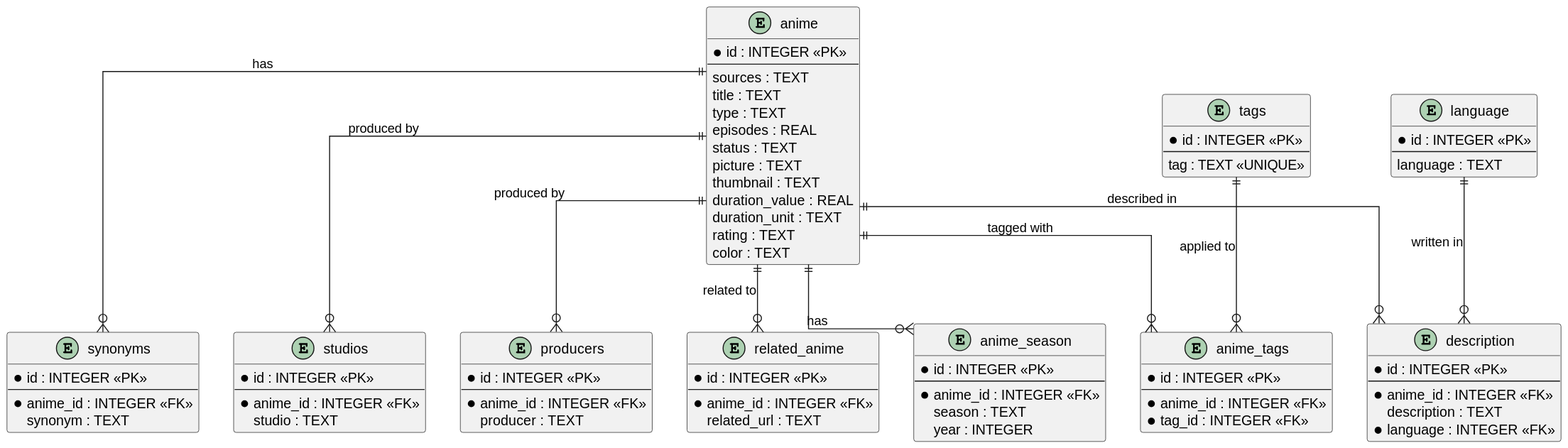
afuradanime/anime-facts-core keeps this PlantUML diagram as _docs/svg/l_model.svg. Above is the earlier version. Source of this version:
```plantuml
@startuml
skinparam linetype ortho

entity "anime" as anime {
  * id : INTEGER <<PK>>
  --
  sources : TEXT
  title : TEXT
  type : TEXT
  episodes : REAL
  status : TEXT
  picture : TEXT
  thumbnail : TEXT
  duration_value : REAL
  duration_unit : TEXT
  rating : TEXT
  color : TEXT
}

entity "anime_season" as anime_season {
  * id : INTEGER <<PK>>
  --
  * anime_id : INTEGER <<FK>>
  season : TEXT
  year : INTEGER
}

entity "synonyms" as synonyms {
  * id : INTEGER <<PK>>
  --
  * anime_id : INTEGER <<FK>>
  synonym : TEXT
}

entity "studios" as studios {
  * id : INTEGER <<PK>>
  --
  * anime_id : INTEGER <<FK>>
  studio : TEXT
}

entity "producers" as producers {
  * id : INTEGER <<PK>>
  --
  * anime_id : INTEGER <<FK>>
  producer : TEXT
}

entity "related_anime" as related_anime {
  * id : INTEGER <<PK>>
  --
  * anime_id : INTEGER <<FK>>
  related_url : TEXT
}

entity "tags" as tags {
  * id : INTEGER <<PK>>
  --
  tag : TEXT <<UNIQUE>>
}

entity "anime_tags" as anime_tags {
  * id : INTEGER <<PK>>
  --
  * anime_id : INTEGER <<FK>>
  * tag_id : INTEGER <<FK>>
}

entity "language" as language {
  * id : INTEGER <<PK>>
  --
  language : TEXT
}

entity "description" as description {
  * id : INTEGER <<PK>>
  --
  * anime_id : INTEGER <<FK>>
  description : TEXT
  * language : INTEGER <<FK>>
}

anime ||--o{ anime_season : "has"
anime ||--o{ synonyms : "has"
anime ||--o{ studios : "produced by"
anime ||--o{ producers : "produced by"
anime ||--o{ related_anime : "related to"
anime ||--o{ anime_tags : "tagged with"
anime ||--o{ description : "described in"

tags ||--o{ anime_tags : "applied to"
language ||--o{ description : "written in"
@enduml
```
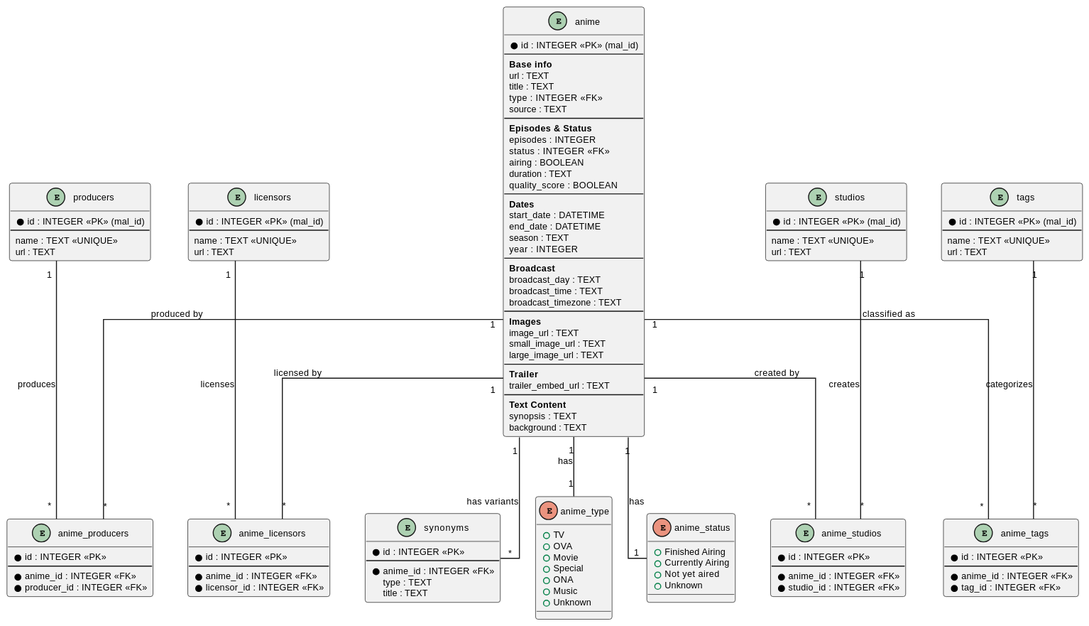
Later version of the same file.

Commit message:
refactor: modeling changes, new anime provider, scraper script, not yet reflected in code

The edit, as a diff of the source:
```diff
@@ -1,93 +1,141 @@
 @startuml
 skinparam linetype ortho
+skinparam defaultFontSize 9
 
 entity "anime" as anime {
-  * id : INTEGER <<PK>>
-  --
-  sources : TEXT
-  title : TEXT
-  type : TEXT
-  episodes : REAL
-  status : TEXT
-  picture : TEXT
-  thumbnail : TEXT
-  duration_value : REAL
-  duration_unit : TEXT
-  rating : TEXT
-  color : TEXT
+    * id : INTEGER <<PK>> (mal_id)
+    --
+    **Base info**
+    url : TEXT
+    title : TEXT
+    type : INTEGER «FK»
+    source : TEXT
+    --
+    **Episodes & Status**
+    episodes : INTEGER
+    status : INTEGER «FK»
+    airing : BOOLEAN
+    duration : TEXT
+    quality_score : BOOLEAN
+    --
+    **Dates**
+    start_date : DATETIME
+    end_date : DATETIME
+    season : TEXT
+    year : INTEGER
+    --
+    **Broadcast**
+    broadcast_day : TEXT
+    broadcast_time : TEXT
+    broadcast_timezone : TEXT
+    --
+    **Images**
+    image_url : TEXT
+    small_image_url : TEXT
+    large_image_url : TEXT
+    --
+    **Trailer**
+    trailer_embed_url : TEXT
+    --
+    **Text Content**
+    synopsis : TEXT
+    background : TEXT
 }
 
-entity "anime_season" as anime_season {
-  * id : INTEGER <<PK>>
-  --
-  * anime_id : INTEGER <<FK>>
-  season : TEXT
-  year : INTEGER
+entity "synonyms" as titles {
+    * id : INTEGER <<PK>>
+    --
+    * anime_id : INTEGER <<FK>>
+    type : TEXT
+    title : TEXT
 }
 
-entity "synonyms" as synonyms {
-  * id : INTEGER <<PK>>
-  --
-  * anime_id : INTEGER <<FK>>
-  synonym : TEXT
+entity "producers" as producers {
+    * id : INTEGER <<PK>> (mal_id)
+    --
+    name : TEXT <<UNIQUE>>
+    url : TEXT
+}
+
+entity "anime_producers" as anime_producers {
+    * id : INTEGER <<PK>>
+    --
+    * anime_id : INTEGER <<FK>>
+    * producer_id : INTEGER <<FK>>
+}
+
+entity "licensors" as licensors {
+    * id : INTEGER <<PK>> (mal_id)
+    --
+    name : TEXT <<UNIQUE>>
+    url : TEXT
+}
+
+entity "anime_licensors" as anime_licensors {
+    * id : INTEGER <<PK>>
+    --
+    * anime_id : INTEGER <<FK>>
+    * licensor_id : INTEGER <<FK>>
 }
 
 entity "studios" as studios {
-  * id : INTEGER <<PK>>
-  --
-  * anime_id : INTEGER <<FK>>
-  studio : TEXT
+    * id : INTEGER <<PK>> (mal_id)
+    --
+    name : TEXT <<UNIQUE>>
+    url : TEXT
 }
 
-entity "producers" as producers {
-  * id : INTEGER <<PK>>
-  --
-  * anime_id : INTEGER <<FK>>
-  producer : TEXT
-}
-
-entity "related_anime" as related_anime {
-  * id : INTEGER <<PK>>
-  --
-  * anime_id : INTEGER <<FK>>
-  related_url : TEXT
+entity "anime_studios" as anime_studios {
+    * id : INTEGER <<PK>>
+    --
+    * anime_id : INTEGER <<FK>>
+    * studio_id : INTEGER <<FK>>
 }
 
 entity "tags" as tags {
-  * id : INTEGER <<PK>>
-  --
-  tag : TEXT <<UNIQUE>>
+    * id : INTEGER <<PK>> (mal_id)
+    --
+    name : TEXT <<UNIQUE>>
+    url : TEXT
 }
 
 entity "anime_tags" as anime_tags {
-  * id : INTEGER <<PK>>
-  --
-  * anime_id : INTEGER <<FK>>
-  * tag_id : INTEGER <<FK>>
+    * id : INTEGER <<PK>>
+    --
+    * anime_id : INTEGER <<FK>>
+    * tag_id : INTEGER <<FK>>
 }
 
-entity "language" as language {
-  * id : INTEGER <<PK>>
-  --
-  language : TEXT
+enum "anime_type" as type {
+    + TV
+    + OVA
+    + Movie
+    + Special
+    + ONA
+    + Music
+    + Unknown
 }
 
-entity "description" as description {
-  * id : INTEGER <<PK>>
-  --
-  * anime_id : INTEGER <<FK>>
-  description : TEXT
-  * language : INTEGER <<FK>>
+enum "anime_status" as status {
+    + Finished Airing
+    + Currently Airing
+    + Not yet aired
+    + Unknown
 }
 
-anime ||--o{ anime_season : "has"
-anime ||--o{ synonyms : "has"
-anime ||--o{ studios : "produced by"
-anime ||--o{ producers : "produced by"
-anime ||--o{ related_anime : "related to"
-anime ||--o{ anime_tags : "tagged with"
-anime ||--o{ description : "described in"
+anime "1"--"*" titles : "has variants"
+anime "1"--"1" type : "has"
+anime "1"--"1" status : "has"
 
-tags ||--o{ anime_tags : "applied to"
-language ||--o{ description : "written in"
+anime "1"--"*" anime_producers : "produced by"
+producers "1"--"*" anime_producers : "produces"
+
+anime "1"--"*" anime_licensors : "licensed by"
+licensors "1"--"*" anime_licensors : "licenses"
+
+anime "1"--"*" anime_studios : "created by"
+studios "1"--"*" anime_studios : "creates"
+
+anime "1"--"*" anime_tags : "classified as"
+tags "1"--"*" anime_tags : "categorizes"
 @enduml
```
